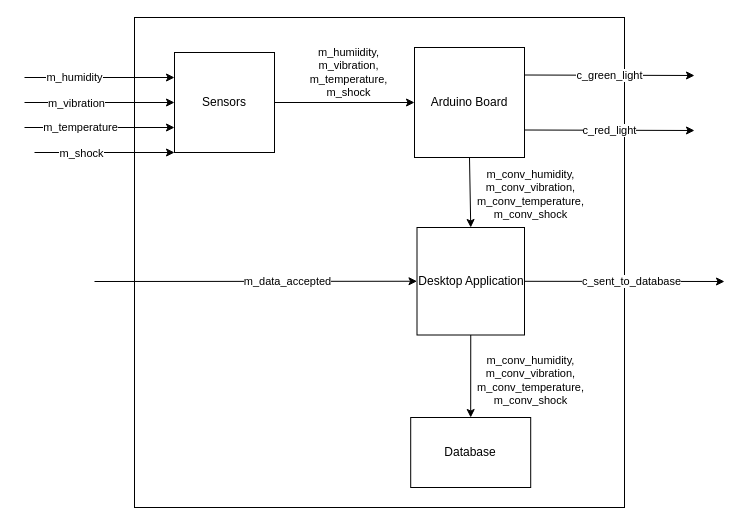
The draw.io diagram docs/SRS/functional_decomposition.drawio in ahmed-nazir/Capstone, before the edit. Source tidied: cells renumbered, new cells numbered last; positions are measured from the earlier drawing's top-left corner, leaving out a move shared by most shapes. Both pictures are drawn from the tidied source at 100%, with x=0, y=0 at pixel (24, 17).
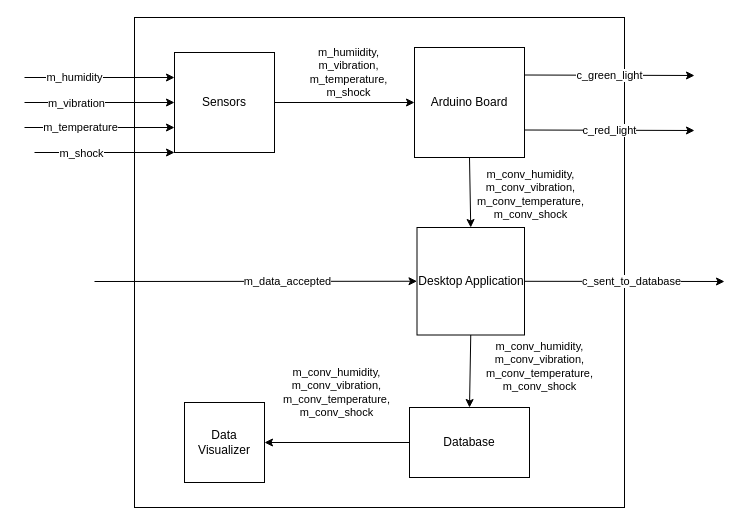
Above is the later version.

The change refers to these unchanged cells:
```xml
<mxCell id="13" value="Desktop Application" style="whiteSpace=wrap;html=1;" parent="1" vertex="1">
  <mxGeometry x="392.5" y="210" width="107.5" height="107.5" as="geometry" />
</mxCell>
```

What changed in the source:
```diff
@@
     <mxCell id="21" value="Database" style="rounded=0;whiteSpace=wrap;html=1;" parent="1" vertex="1">
-      <mxGeometry x="386.2" y="400" width="120" height="70" as="geometry" />
+      <mxGeometry x="385" y="390" width="120" height="70" as="geometry" />
     </mxCell>
     <mxCell id="22" value="m_conv_humidity,&lt;br&gt;m_conv_vibration,&lt;br&gt;m_conv_temperature,&lt;br&gt;m_conv_shock" style="endArrow=classic;html=1;rounded=0;entryX=0.5;entryY=0;entryDx=0;entryDy=0;exitX=0.5;exitY=1;exitDx=0;exitDy=0;" parent="1" edge="1" source="13" target="21">
-      <mxGeometry x="0.09" y="60" relative="1" as="geometry" />
+      <mxGeometry x="-0.16" y="69" relative="1" as="geometry" />
     </mxCell>
+    <mxCell id="23" value="Data Visualizer" style="whiteSpace=wrap;html=1;" parent="1" vertex="1">
+      <mxGeometry x="160" y="385" width="80" height="80" as="geometry" />
+    </mxCell>
+    <mxCell id="24" value="m_conv_humidity,&lt;br&gt;m_conv_vibration,&lt;br&gt;m_conv_temperature,&lt;br&gt;m_conv_shock" style="endArrow=classic;html=1;rounded=0;entryX=1;entryY=0.5;entryDx=0;entryDy=0;exitX=0;exitY=0.5;exitDx=0;exitDy=0;" parent="1" edge="1" source="21" target="23">
+      <mxGeometry y="-50" relative="1" as="geometry" />
+    </mxCell>
```
